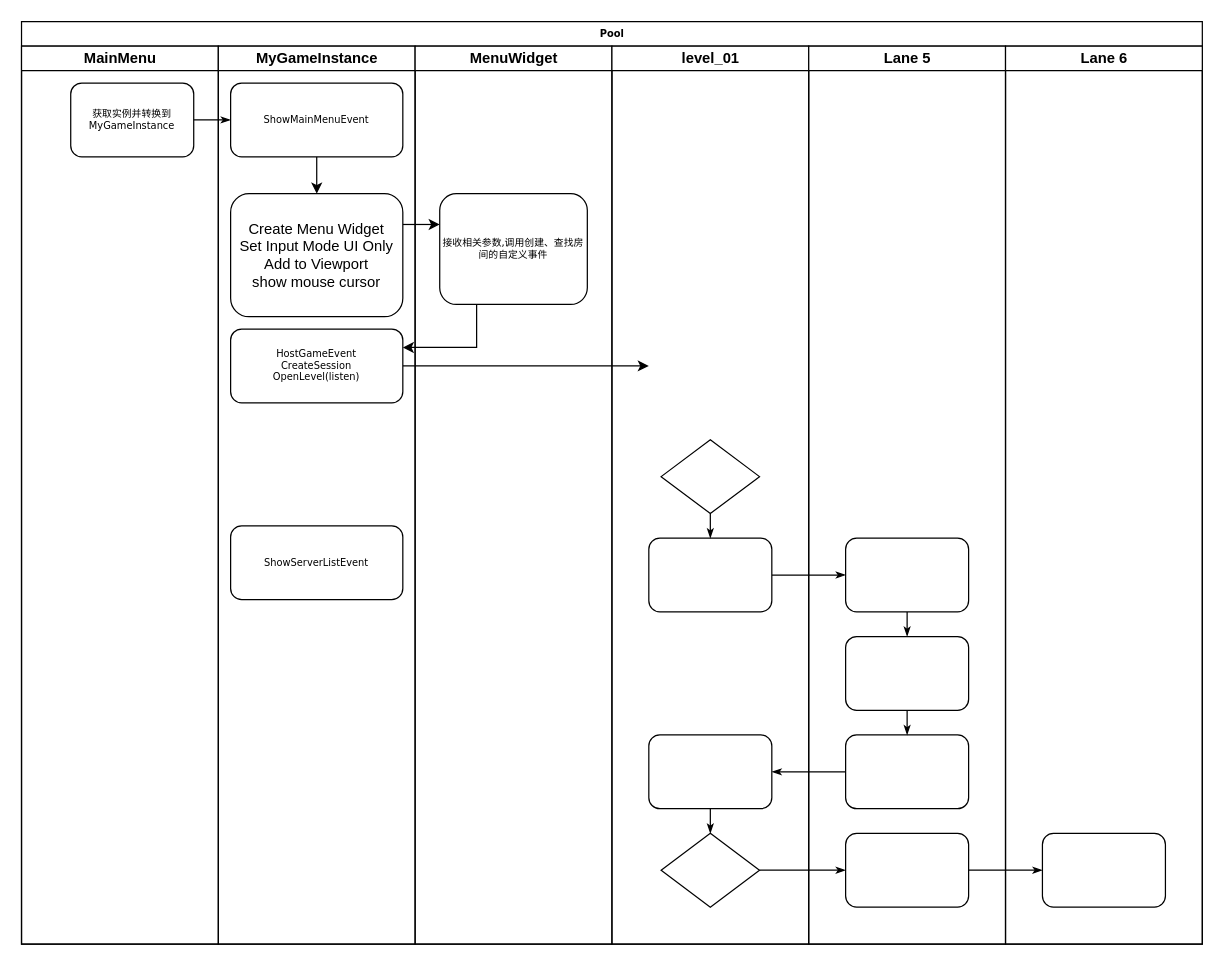
The draw.io diagram 未命名绘图.drawio in coolmaxx/DrawIoProject, before the edit. Source tidied: cells renumbered, new cells numbered last; positions are measured from the earlier drawing's top-left corner, leaving out a move shared by most shapes. Both pictures are drawn from the tidied source at 123%, with x=0, y=0 at pixel (21, 21).
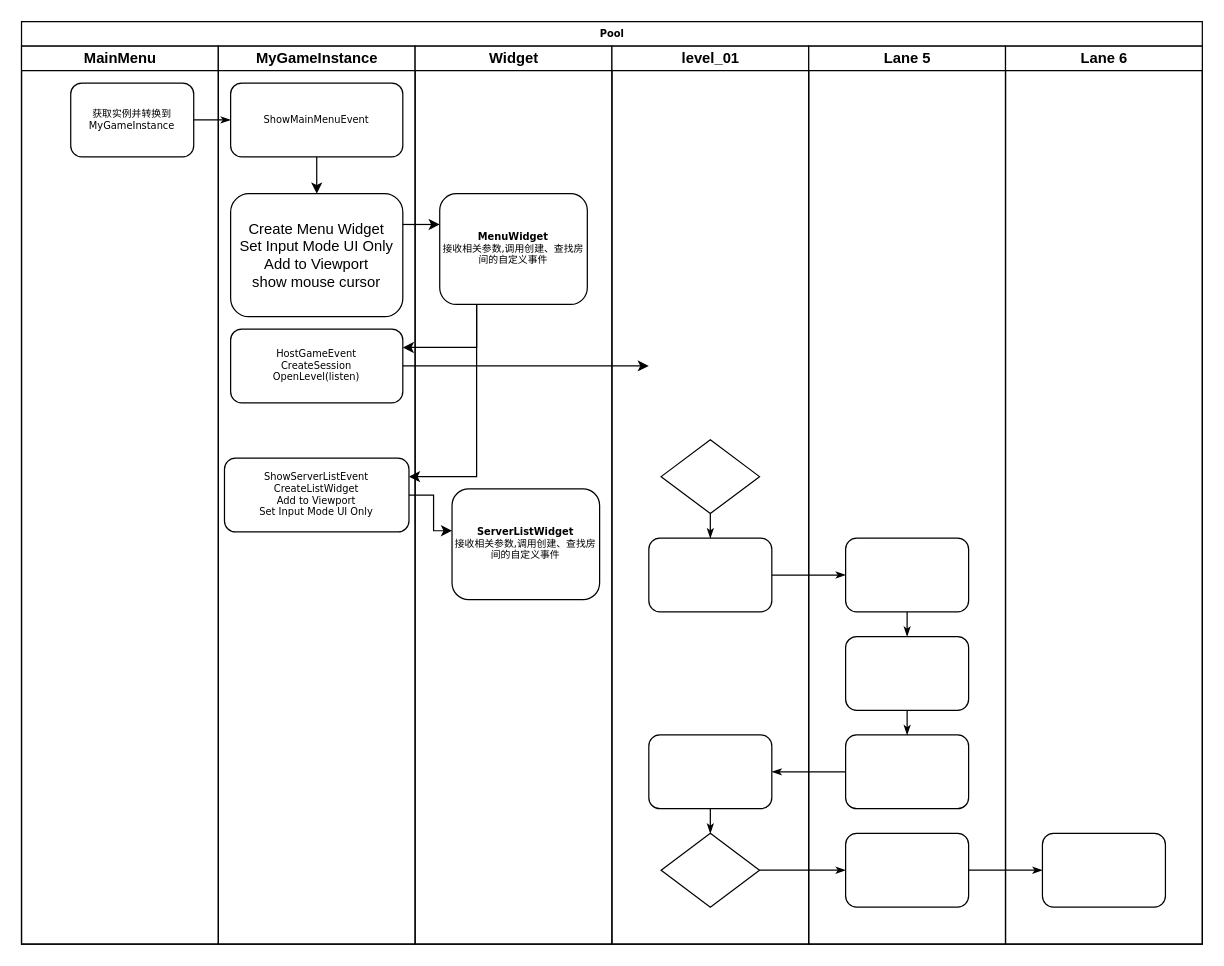
After the change.

Commit message:
更新未命名绘图.drawio

The change refers to these unchanged cells:
```xml
<mxCell id="2" value="Pool" style="swimlane;html=1;startSize=20;rounded=0;shadow=0;labelBackgroundColor=none;strokeWidth=1;fontFamily=Verdana;fontSize=8;align=center;" parent="1" vertex="1">
  <mxGeometry width="960" height="750" as="geometry" />
</mxCell>
<mxCell id="10" value="MyGameInstance" style="swimlane;html=1;startSize=20;" parent="2" vertex="1">
  <mxGeometry x="160" y="20" width="160" height="730" as="geometry" />
</mxCell>
```

What changed in the source:
```diff
@@
-    <mxCell id="17" value="ShowServerListEvent" style="rounded=1;whiteSpace=wrap;html=1;shadow=0;labelBackgroundColor=none;strokeWidth=1;fontFamily=Verdana;fontSize=8;align=center;" parent="10" vertex="1">
-      <mxGeometry x="10" y="390" width="140" height="60" as="geometry" />
+    <mxCell id="17" value="ShowServerListEvent&lt;br&gt;CreateListWidget&lt;br&gt;Add to Viewport&lt;br&gt;Set Input Mode UI Only" style="rounded=1;whiteSpace=wrap;html=1;shadow=0;labelBackgroundColor=none;strokeWidth=1;fontFamily=Verdana;fontSize=8;align=center;" parent="10" vertex="1">
+      <mxGeometry x="5" y="335" width="150" height="60" as="geometry" />
     </mxCell>
-    <mxCell id="18" value="MenuWidget" style="swimlane;html=1;startSize=20;" parent="2" vertex="1">
+    <mxCell id="18" value="Widget" style="swimlane;html=1;startSize=20;" parent="2" vertex="1">
       <mxGeometry x="320" y="20" width="160" height="730" as="geometry" />
     </mxCell>
-    <mxCell id="19" value="接收相关参数,调用创建、查找房间的自定义事件" style="rounded=1;whiteSpace=wrap;html=1;shadow=0;labelBackgroundColor=none;strokeWidth=1;fontFamily=Verdana;fontSize=8;align=center;" parent="18" vertex="1">
+    <mxCell id="19" value="&lt;b&gt;MenuWidget&lt;/b&gt;&lt;br&gt;接收相关参数,调用创建、查找房间的自定义事件" style="rounded=1;whiteSpace=wrap;html=1;shadow=0;labelBackgroundColor=none;strokeWidth=1;fontFamily=Verdana;fontSize=8;align=center;" parent="18" vertex="1">
       <mxGeometry x="20" y="120" width="120" height="90" as="geometry" />
     </mxCell>
+    <mxCell id="37" value="&lt;b&gt;ServerListWidget&lt;/b&gt;&lt;br&gt;接收相关参数,调用创建、查找房间的自定义事件" style="rounded=1;whiteSpace=wrap;html=1;shadow=0;labelBackgroundColor=none;strokeWidth=1;fontFamily=Verdana;fontSize=8;align=center;" parent="18" vertex="1">
+      <mxGeometry x="30" y="360" width="120" height="90" as="geometry" />
+    </mxCell>
@@
+    <mxCell id="38" style="edgeStyle=orthogonalEdgeStyle;rounded=0;jettySize=auto;html=1;exitX=1;exitY=0.5;exitDx=0;exitDy=0;entryX=0;entryY=0.378;entryDx=0;entryDy=0;entryPerimeter=0;" parent="2" edge="1" source="17" target="37">
+      <mxGeometry relative="1" as="geometry" />
+    </mxCell>
+    <mxCell id="39" style="edgeStyle=orthogonalEdgeStyle;rounded=0;jettySize=auto;html=1;exitX=0.25;exitY=1;exitDx=0;exitDy=0;entryX=1;entryY=0.25;entryDx=0;entryDy=0;" parent="2" edge="1" source="19" target="17">
+      <mxGeometry relative="1" as="geometry" />
+    </mxCell>
```
